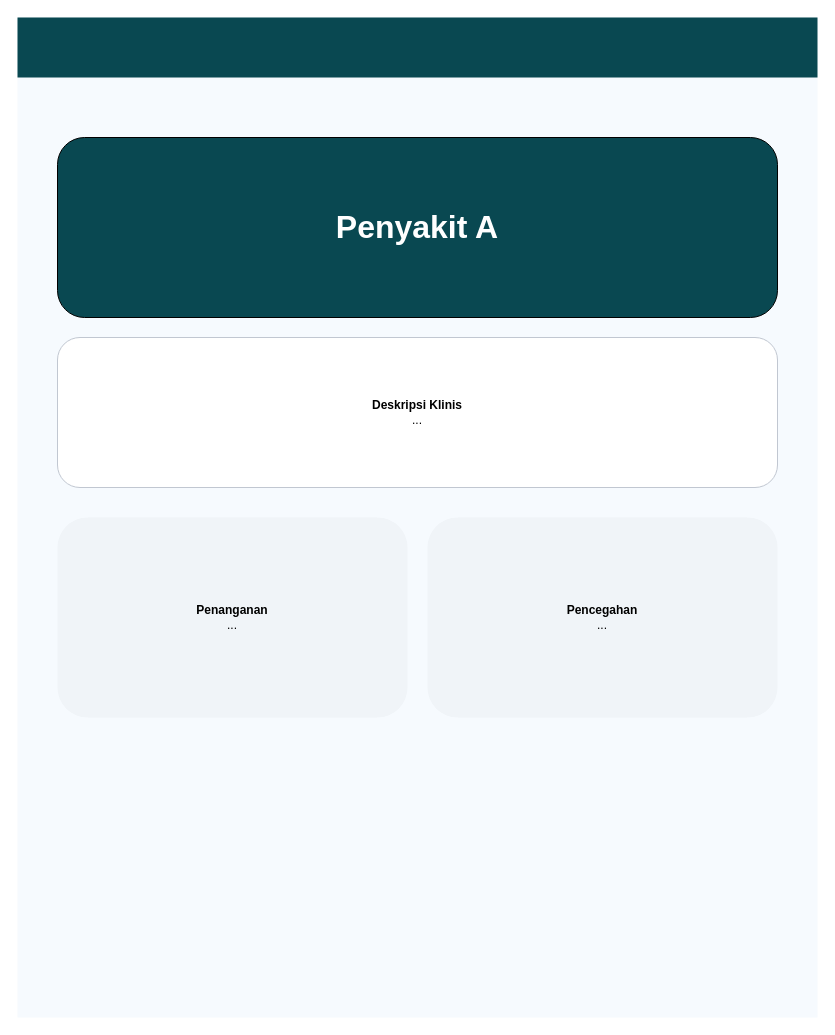
Earlier version of the draw.io diagram diagram/desain/detail_penyakit.drawio (Jinsky/Jinsky). Source tidied: cells renumbered, new cells numbered last; positions are measured from the earlier drawing's top-left corner, leaving out a move shared by most shapes. Both pictures are drawn from the tidied source at 100%, with x=0, y=0 at pixel (17, 17).
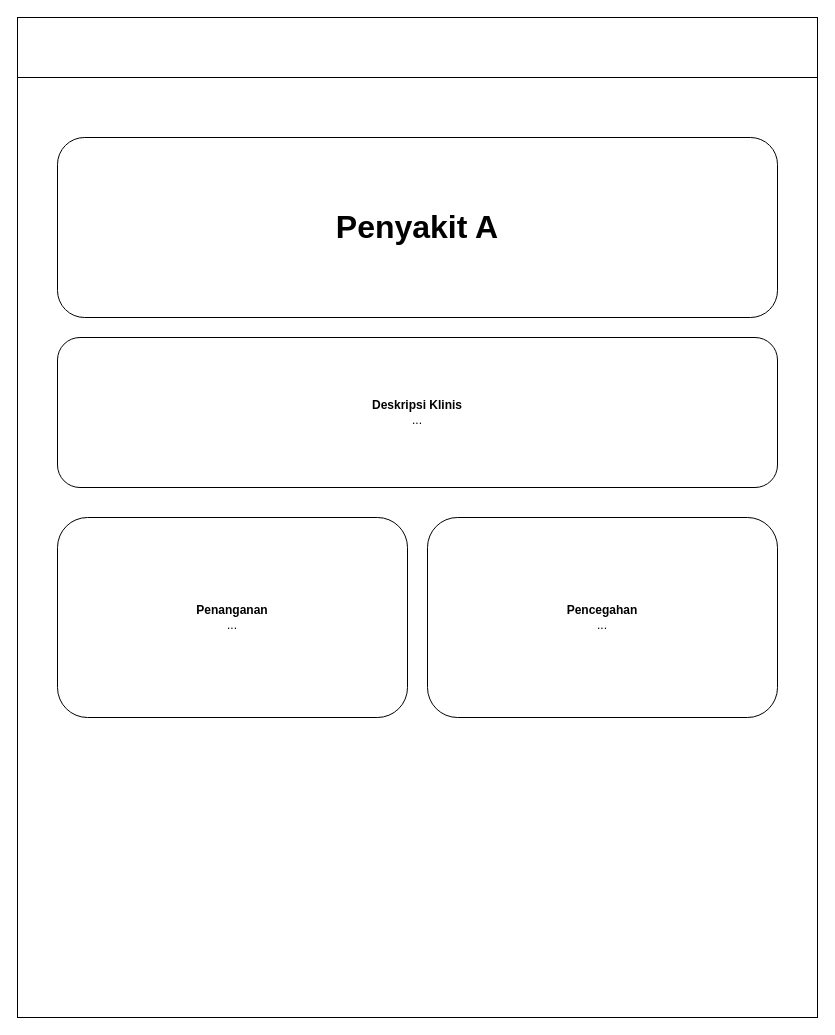
After the change.

What changed in the source:
```diff
@@
 <mxGraphModel>
   <root>
     <mxCell id="0" />
     <mxCell id="1" parent="0" />
-    <mxCell id="2" style="rounded=0;whiteSpace=wrap;html=1;fillColor=#f6fafe;strokeColor=none;" parent="1" vertex="1">
+    <mxCell id="2" style="rounded=0;whiteSpace=wrap;html=1;fillColor=#ffffff;strokeColor=#000000;fontColor=#000000;" parent="1" vertex="1">
       <mxGeometry width="800" height="1000" as="geometry" />
     </mxCell>
-    <mxCell id="3" style="rounded=0;whiteSpace=wrap;html=1;fillColor=#094851;strokeColor=none;" parent="1" vertex="1">
+    <mxCell id="3" style="rounded=0;whiteSpace=wrap;html=1;fillColor=#ffffff;strokeColor=#000000;fontColor=#000000;" parent="1" vertex="1">
       <mxGeometry width="800" height="60" as="geometry" />
     </mxCell>
-    <mxCell id="4" value="&lt;b&gt;Penyakit A&lt;/b&gt;" style="rounded=0;whiteSpace=wrap;html=1;fillColor=#094851;fontColor=#ffffff;rounded=1;fontSize=32;" parent="1" vertex="1">
+    <mxCell id="4" value="&lt;b&gt;Penyakit A&lt;/b&gt;" style="rounded=1;whiteSpace=wrap;html=1;fillColor=#ffffff;fontColor=#000000;fontSize=32;strokeColor=#000000;" parent="1" vertex="1">
       <mxGeometry x="40" y="120" width="720" height="180" as="geometry" />
     </mxCell>
-    <mxCell id="5" value="&lt;b&gt;Deskripsi Klinis&lt;/b&gt;&lt;br/&gt;..." style="rounded=0;whiteSpace=wrap;html=1;fillColor=#ffffff;rounded=1;strokeColor=#c1c7d1;" parent="1" vertex="1">
+    <mxCell id="5" value="&lt;b&gt;Deskripsi Klinis&lt;/b&gt;&lt;br/&gt;..." style="rounded=1;whiteSpace=wrap;html=1;fillColor=#ffffff;strokeColor=#000000;fontColor=#000000;" parent="1" vertex="1">
       <mxGeometry x="40" y="320" width="720" height="150" as="geometry" />
     </mxCell>
-    <mxCell id="6" value="&lt;b&gt;Penanganan&lt;/b&gt;&lt;br/&gt;..." style="rounded=0;whiteSpace=wrap;html=1;fillColor=#f0f4f8;rounded=1;strokeColor=none;" parent="1" vertex="1">
+    <mxCell id="6" value="&lt;b&gt;Penanganan&lt;/b&gt;&lt;br/&gt;..." style="rounded=1;whiteSpace=wrap;html=1;fillColor=#ffffff;strokeColor=#000000;fontColor=#000000;" parent="1" vertex="1">
       <mxGeometry x="40" y="500" width="350" height="200" as="geometry" />
     </mxCell>
-    <mxCell id="7" value="&lt;b&gt;Pencegahan&lt;/b&gt;&lt;br/&gt;..." style="rounded=0;whiteSpace=wrap;html=1;fillColor=#f0f4f8;rounded=1;strokeColor=none;" parent="1" vertex="1">
+    <mxCell id="7" value="&lt;b&gt;Pencegahan&lt;/b&gt;&lt;br/&gt;..." style="rounded=1;whiteSpace=wrap;html=1;fillColor=#ffffff;strokeColor=#000000;fontColor=#000000;" parent="1" vertex="1">
       <mxGeometry x="410" y="500" width="350" height="200" as="geometry" />
     </mxCell>
   </root>
 </mxGraphModel>
```
